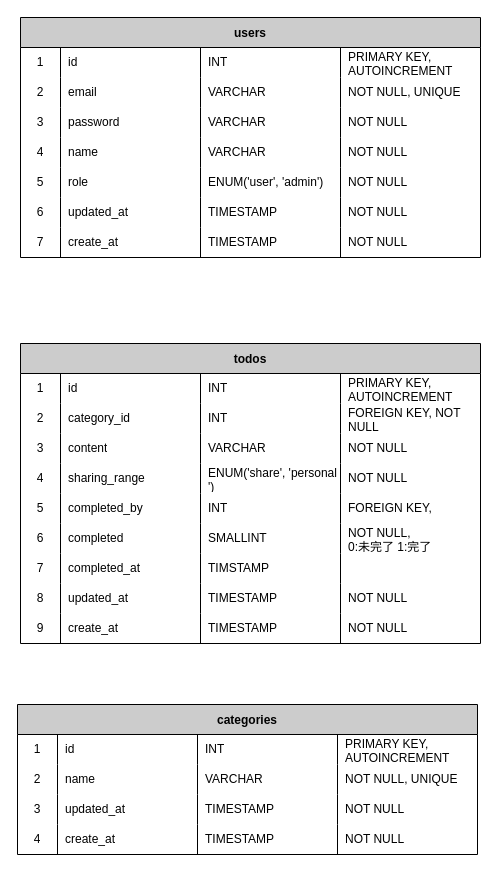
This is db.drawio from hirosaku21/huhu-todos, a draw.io file, before an edit. Source tidied: cells renumbered, new cells numbered last; positions are measured from the earlier drawing's top-left corner, leaving out a move shared by most shapes. Both pictures are drawn from the tidied source at 100%, with x=0, y=0 at pixel (17, 17).
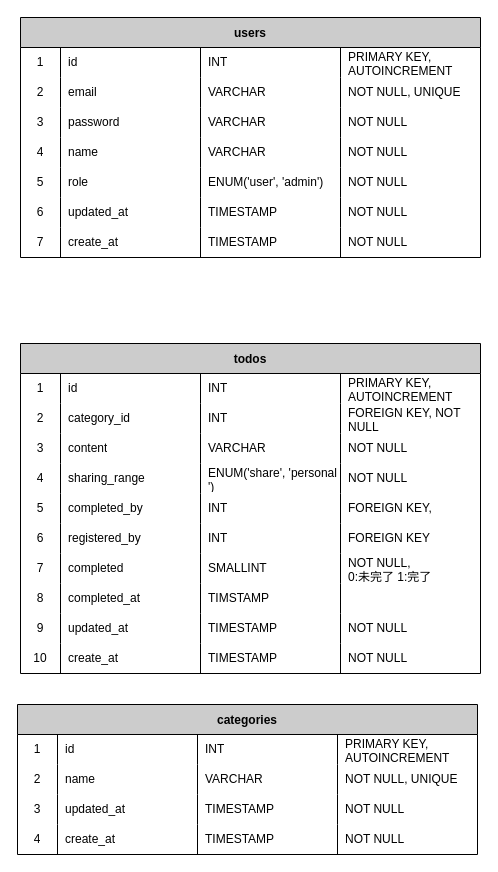
The same page after the edit.

Commit message (it also covers changes not shown here):
DB設計、ER図修正

The edit, as a diff of the source:
```diff
@@
     <mxCell id="59" value="todos" style="shape=table;startSize=30;childLayout=tableLayout;rowLines=0;fontStyle=1;strokeColor=#000000;fontColor=#000000;labelBackgroundColor=none;fillColor=#CCCCCC;" parent="1" vertex="1">
-      <mxGeometry x="3" y="326" width="460" height="300" as="geometry" />
+      <mxGeometry x="3" y="326" width="460" height="330" as="geometry" />
     </mxCell>
@@
+    <mxCell id="105" style="shape=tableRow;horizontal=0;startSize=0;swimlaneHead=0;swimlaneBody=0;top=0;left=0;bottom=0;right=0;fillColor=none;" parent="59" vertex="1">
+      <mxGeometry y="180" width="460" height="30" as="geometry" />
+    </mxCell>
+    <mxCell id="106" value="6" style="shape=partialRectangle;html=1;whiteSpace=wrap;fillColor=none;top=0;left=0;bottom=0;right=0;overflow=hidden;fontColor=#000000;" parent="105" vertex="1">
+      <mxGeometry width="40" height="30" as="geometry" />
+    </mxCell>
+    <mxCell id="107" value="registered_by" style="shape=partialRectangle;html=1;whiteSpace=wrap;fillColor=none;top=0;left=0;bottom=0;right=0;align=left;spacingLeft=6;overflow=hidden;fontColor=#000000;" parent="105" vertex="1">
+      <mxGeometry x="40" width="140" height="30" as="geometry" />
+    </mxCell>
+    <mxCell id="108" value="INT" style="shape=partialRectangle;html=1;whiteSpace=wrap;fillColor=none;top=0;left=0;bottom=0;right=0;align=left;spacingLeft=6;overflow=hidden;fontColor=#000000;" parent="105" vertex="1">
+      <mxGeometry x="180" width="140" height="30" as="geometry" />
+    </mxCell>
+    <mxCell id="109" value="FOREIGN KEY" style="shape=partialRectangle;html=1;whiteSpace=wrap;fillColor=none;top=0;left=0;bottom=0;right=0;align=left;spacingLeft=6;overflow=hidden;fontColor=#000000;" parent="105" vertex="1">
+      <mxGeometry x="320" width="140" height="30" as="geometry" />
+    </mxCell>
     <mxCell id="85" style="shape=tableRow;horizontal=0;startSize=0;swimlaneHead=0;swimlaneBody=0;top=0;left=0;bottom=0;right=0;fillColor=none;" parent="59" vertex="1">
-      <mxGeometry y="180" width="460" height="30" as="geometry" />
+      <mxGeometry y="210" width="460" height="30" as="geometry" />
     </mxCell>
-    <mxCell id="86" value="6" style="shape=partialRectangle;html=1;whiteSpace=wrap;fillColor=none;top=0;left=0;bottom=0;right=0;overflow=hidden;fontColor=#000000;" parent="85" vertex="1">
+    <mxCell id="86" value="7" style="shape=partialRectangle;html=1;whiteSpace=wrap;fillColor=none;top=0;left=0;bottom=0;right=0;overflow=hidden;fontColor=#000000;" parent="85" vertex="1">
       <mxGeometry width="40" height="30" as="geometry" />
     </mxCell>
@@
     <mxCell id="90" style="shape=tableRow;horizontal=0;startSize=0;swimlaneHead=0;swimlaneBody=0;top=0;left=0;bottom=0;right=0;fillColor=none;" parent="59" vertex="1">
-      <mxGeometry y="210" width="460" height="30" as="geometry" />
+      <mxGeometry y="240" width="460" height="30" as="geometry" />
     </mxCell>
-    <mxCell id="91" value="7" style="shape=partialRectangle;html=1;whiteSpace=wrap;fillColor=none;top=0;left=0;bottom=0;right=0;overflow=hidden;fontColor=#000000;" parent="90" vertex="1">
+    <mxCell id="91" value="8" style="shape=partialRectangle;html=1;whiteSpace=wrap;fillColor=none;top=0;left=0;bottom=0;right=0;overflow=hidden;fontColor=#000000;" parent="90" vertex="1">
       <mxGeometry width="40" height="30" as="geometry" />
     </mxCell>
@@
     <mxCell id="95" style="shape=tableRow;horizontal=0;startSize=0;swimlaneHead=0;swimlaneBody=0;top=0;left=0;bottom=0;right=0;fillColor=none;" parent="59" vertex="1">
-      <mxGeometry y="240" width="460" height="30" as="geometry" />
+      <mxGeometry y="270" width="460" height="30" as="geometry" />
     </mxCell>
-    <mxCell id="96" value="8" style="shape=partialRectangle;html=1;whiteSpace=wrap;fillColor=none;top=0;left=0;bottom=0;right=0;overflow=hidden;fontColor=#000000;" parent="95" vertex="1">
+    <mxCell id="96" value="9" style="shape=partialRectangle;html=1;whiteSpace=wrap;fillColor=none;top=0;left=0;bottom=0;right=0;overflow=hidden;fontColor=#000000;" parent="95" vertex="1">
       <mxGeometry width="40" height="30" as="geometry" />
     </mxCell>
@@
     <mxCell id="100" style="shape=tableRow;horizontal=0;startSize=0;swimlaneHead=0;swimlaneBody=0;top=0;left=0;bottom=0;right=0;fillColor=none;" parent="59" vertex="1">
-      <mxGeometry y="270" width="460" height="30" as="geometry" />
+      <mxGeometry y="300" width="460" height="30" as="geometry" />
     </mxCell>
-    <mxCell id="101" value="9" style="shape=partialRectangle;html=1;whiteSpace=wrap;fillColor=none;top=0;left=0;bottom=0;right=0;overflow=hidden;fontColor=#000000;" parent="100" vertex="1">
+    <mxCell id="101" value="10" style="shape=partialRectangle;html=1;whiteSpace=wrap;fillColor=none;top=0;left=0;bottom=0;right=0;overflow=hidden;fontColor=#000000;" parent="100" vertex="1">
       <mxGeometry width="40" height="30" as="geometry" />
     </mxCell>
```
